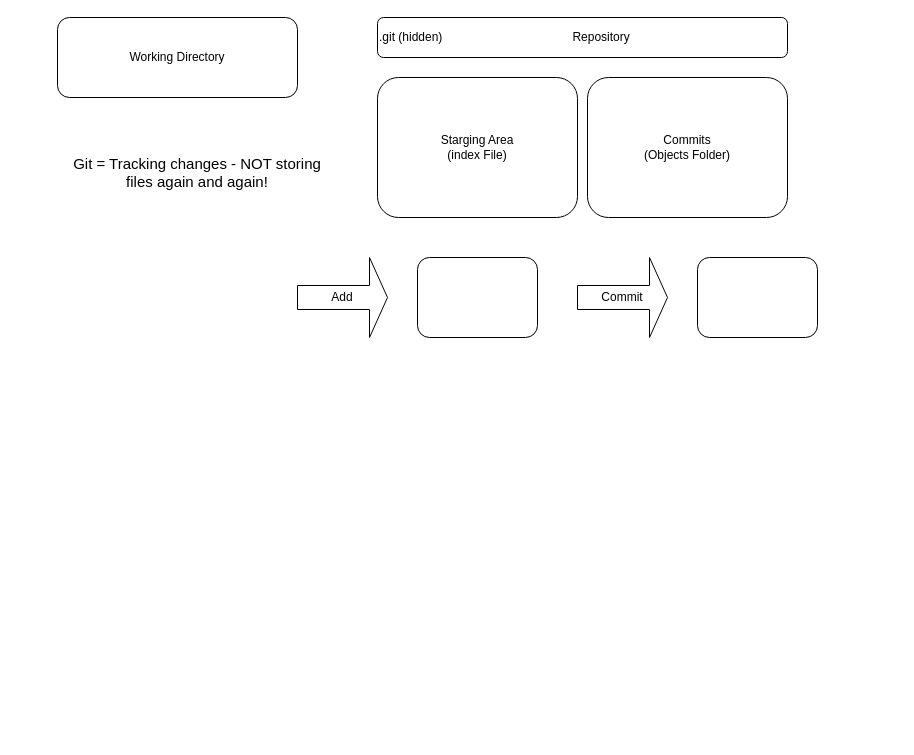
tyk1hc/drawio keeps this draw.io diagram as GitPractice.drawio. Above is the earlier version. Source tidied: cells renumbered, new cells numbered last; positions are measured from the earlier drawing's top-left corner, leaving out a move shared by most shapes. Both pictures are drawn from the tidied source at 100%, with x=0, y=0 at pixel (57, 17).
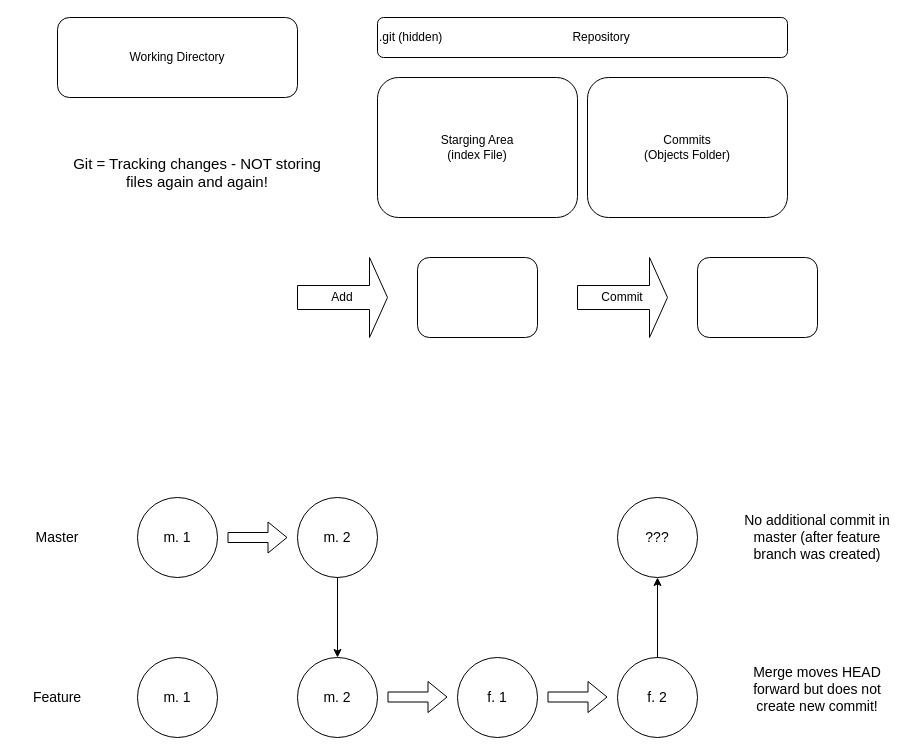
Above is the later version.

The edit, as a diff of the source:
```diff
@@
+    <mxCell id="11" value="Master" style="text;html=1;align=center;verticalAlign=middle;whiteSpace=wrap;rounded=0;fontSize=14;" parent="1" vertex="1">
+      <mxGeometry x="-40" y="500" width="80" height="40" as="geometry" />
+    </mxCell>
+    <mxCell id="12" value="&lt;font&gt;m. 1&lt;/font&gt;" style="ellipse;whiteSpace=wrap;html=1;fontSize=14;" parent="1" vertex="1">
+      <mxGeometry x="80" y="480" width="80" height="80" as="geometry" />
+    </mxCell>
+    <mxCell id="13" value="&lt;font&gt;m. 2&lt;br&gt;&lt;/font&gt;" style="ellipse;whiteSpace=wrap;html=1;fontSize=14;" parent="1" vertex="1">
+      <mxGeometry x="240" y="480" width="80" height="80" as="geometry" />
+    </mxCell>
+    <mxCell id="14" style="shape=flexArrow;endArrow=classic;html=1;rounded=0;" parent="1" edge="1">
+      <mxGeometry relative="1" as="geometry">
+        <mxPoint x="170" y="520" as="sourcePoint" />
+        <mxPoint x="230" y="520" as="targetPoint" />
+      </mxGeometry>
+    </mxCell>
+    <mxCell id="15" value="Feature" style="text;html=1;align=center;verticalAlign=middle;whiteSpace=wrap;rounded=0;fontSize=14;" parent="1" vertex="1">
+      <mxGeometry x="-40" y="660" width="80" height="40" as="geometry" />
+    </mxCell>
+    <mxCell id="16" value="&lt;font&gt;m. 1&lt;/font&gt;" style="ellipse;whiteSpace=wrap;html=1;fontSize=14;" parent="1" vertex="1">
+      <mxGeometry x="80" y="640" width="80" height="80" as="geometry" />
+    </mxCell>
+    <mxCell id="17" value="&lt;font&gt;m. 2&lt;br&gt;&lt;/font&gt;" style="ellipse;whiteSpace=wrap;html=1;fontSize=14;" parent="1" vertex="1">
+      <mxGeometry x="240" y="640" width="80" height="80" as="geometry" />
+    </mxCell>
+    <mxCell id="18" style="endArrow=classic;html=1;rounded=0;entryX=0.5;entryY=0;entryDx=0;entryDy=0;exitX=0.5;exitY=1;exitDx=0;exitDy=0;" parent="1" edge="1" source="13" target="17">
+      <mxGeometry relative="1" as="geometry" />
+    </mxCell>
+    <mxCell id="19" value="&lt;font&gt;f. 1&lt;/font&gt;" style="ellipse;whiteSpace=wrap;html=1;fontSize=14;" parent="1" vertex="1">
+      <mxGeometry x="400" y="640" width="80" height="80" as="geometry" />
+    </mxCell>
+    <mxCell id="20" value="&lt;font&gt;f. 2&lt;br&gt;&lt;/font&gt;" style="ellipse;whiteSpace=wrap;html=1;fontSize=14;" parent="1" vertex="1">
+      <mxGeometry x="560" y="640" width="80" height="80" as="geometry" />
+    </mxCell>
+    <mxCell id="21" style="shape=flexArrow;endArrow=classic;html=1;rounded=0;" parent="1" edge="1">
+      <mxGeometry relative="1" as="geometry">
+        <mxPoint x="330" y="679.5" as="sourcePoint" />
+        <mxPoint x="390" y="679.5" as="targetPoint" />
+      </mxGeometry>
+    </mxCell>
+    <mxCell id="22" style="shape=flexArrow;endArrow=classic;html=1;rounded=0;" parent="1" edge="1">
+      <mxGeometry relative="1" as="geometry">
+        <mxPoint x="490" y="679.5" as="sourcePoint" />
+        <mxPoint x="550" y="679.5" as="targetPoint" />
+      </mxGeometry>
+    </mxCell>
+    <mxCell id="23" value="???" style="ellipse;whiteSpace=wrap;html=1;fontSize=14;" parent="1" vertex="1">
+      <mxGeometry x="560" y="480" width="80" height="80" as="geometry" />
+    </mxCell>
+    <mxCell id="24" value="No additional commit in master (after feature branch was created)" style="text;html=1;align=center;verticalAlign=middle;whiteSpace=wrap;rounded=0;fontSize=14;" parent="1" vertex="1">
+      <mxGeometry x="680" y="480" width="160" height="80" as="geometry" />
+    </mxCell>
+    <mxCell id="25" style="endArrow=classic;html=1;rounded=0;entryX=0.5;entryY=1;entryDx=0;entryDy=0;" parent="1" edge="1" target="23">
+      <mxGeometry relative="1" as="geometry">
+        <mxPoint x="600" y="640" as="sourcePoint" />
+      </mxGeometry>
+    </mxCell>
+    <mxCell id="26" value="Merge moves HEAD forward but does not create new commit!" style="text;whiteSpace=wrap;align=center;fontSize=14;" parent="1" vertex="1">
+      <mxGeometry x="680" y="640" width="160" height="80" as="geometry" />
+    </mxCell>
```
